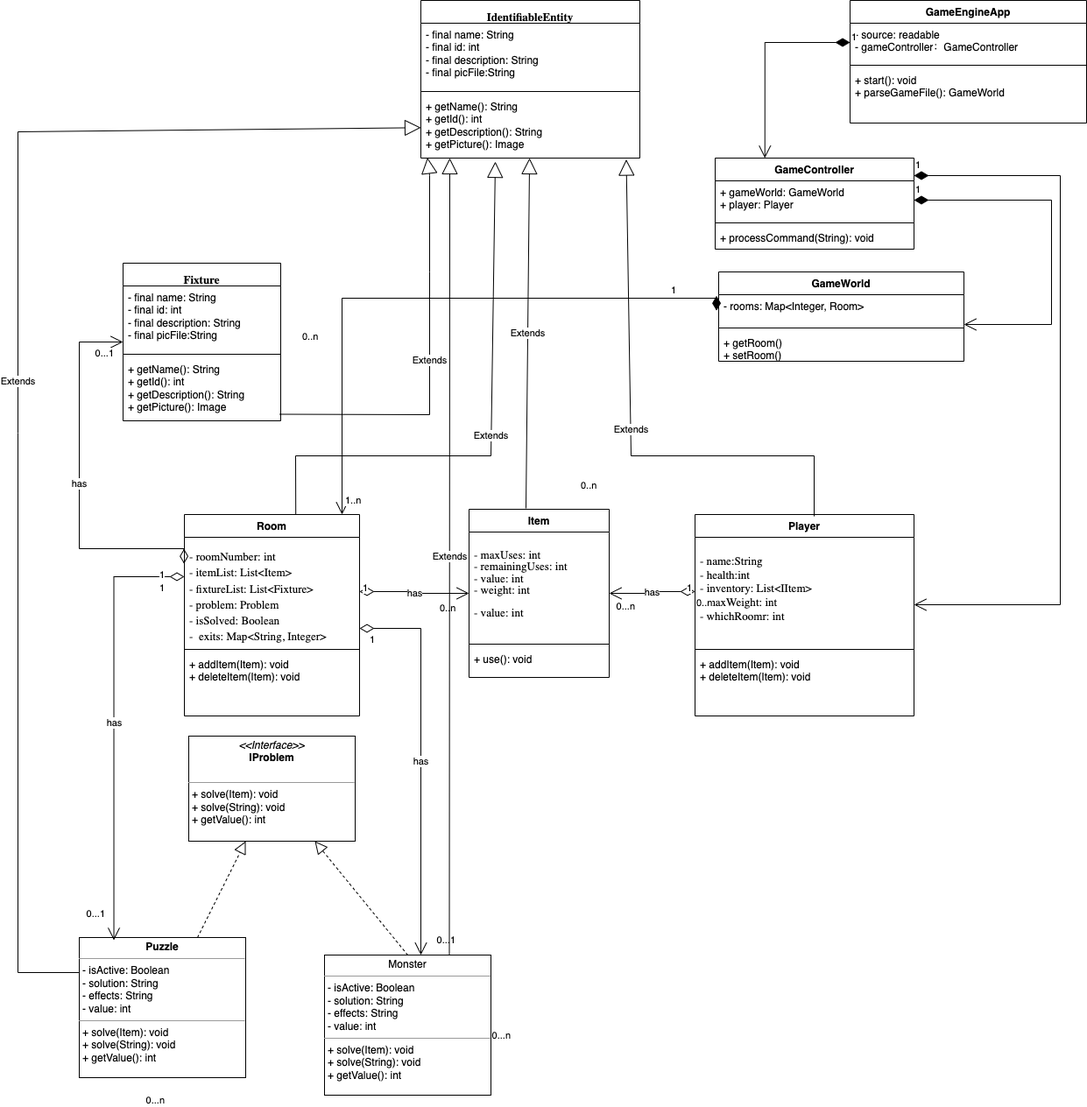
The draw.io diagram docs/hw7_class.png in thomaszhang2661/RoomRunner, before a commit. Source tidied: cells renumbered, new cells last; positions are measured from the earlier drawing's top-left corner, leaving out a move shared by most shapes.
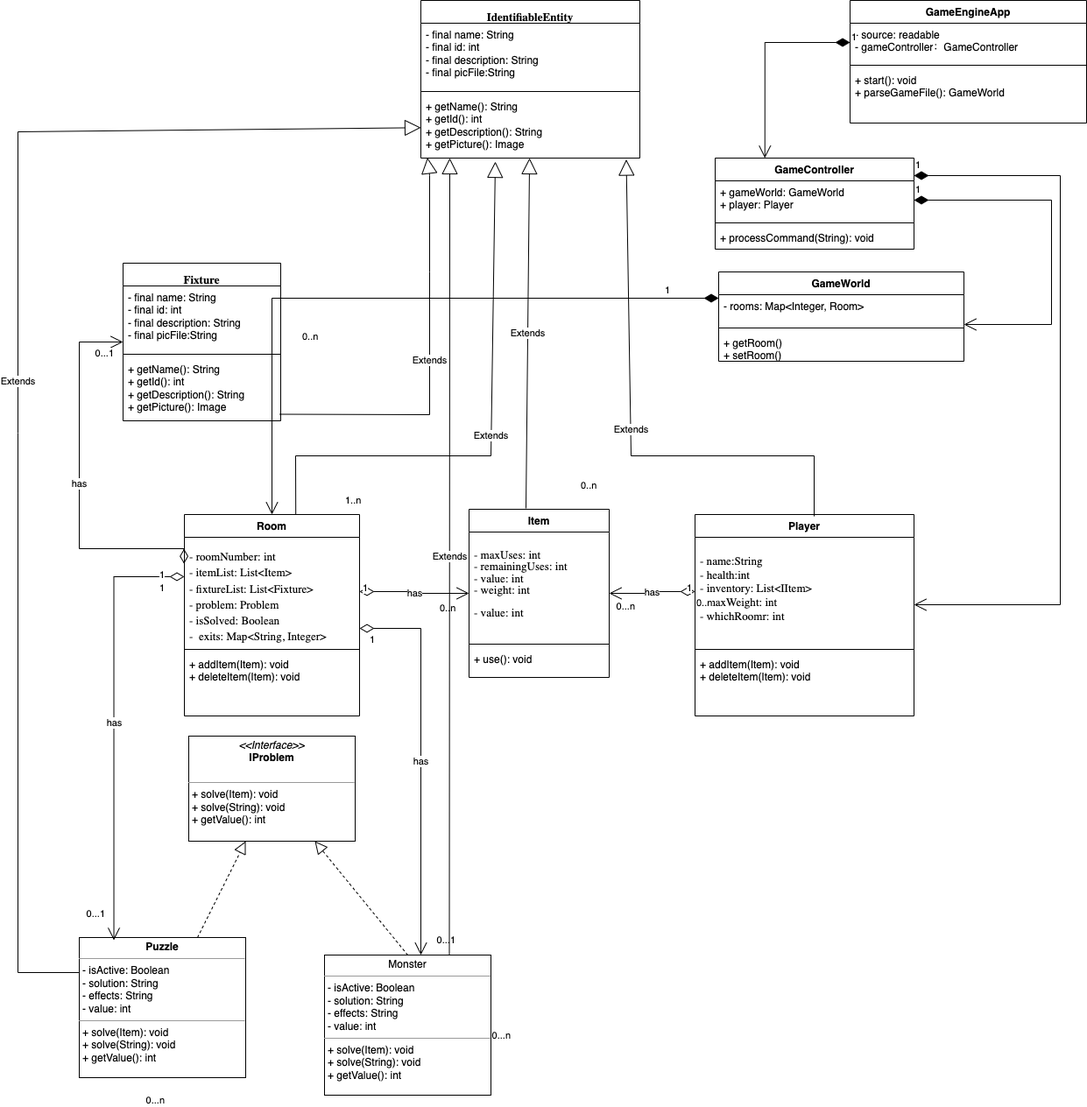
The same diagram one commit later.

Commit message:
update class uml

Diff of the diagram source:
```diff
@@ -258,10 +258,10 @@
         <mxPoint x="1" y="-9" as="offset" />
       </mxGeometry>
     </mxCell>
-    <mxCell id="65" value="1" style="endArrow=open;html=1;endSize=12;startArrow=diamondThin;startSize=14;startFill=1;edgeStyle=orthogonalEdgeStyle;align=left;verticalAlign=bottom;rounded=0;exitX=-0.009;exitY=0.037;exitDx=0;exitDy=0;exitPerimeter=0;" parent="1" edge="1" source="49" target="23">
+    <mxCell id="65" value="1" style="endArrow=open;html=1;endSize=12;startArrow=diamondThin;startSize=14;startFill=1;edgeStyle=orthogonalEdgeStyle;align=left;verticalAlign=bottom;rounded=0;" parent="1" edge="1" source="49" target="23">
       <mxGeometry x="-0.83" relative="1" as="geometry">
         <Array as="points">
-          <mxPoint x="370" y="340" />
+          <mxPoint x="290" y="340" />
         </Array>
       </mxGeometry>
     </mxCell>
```
